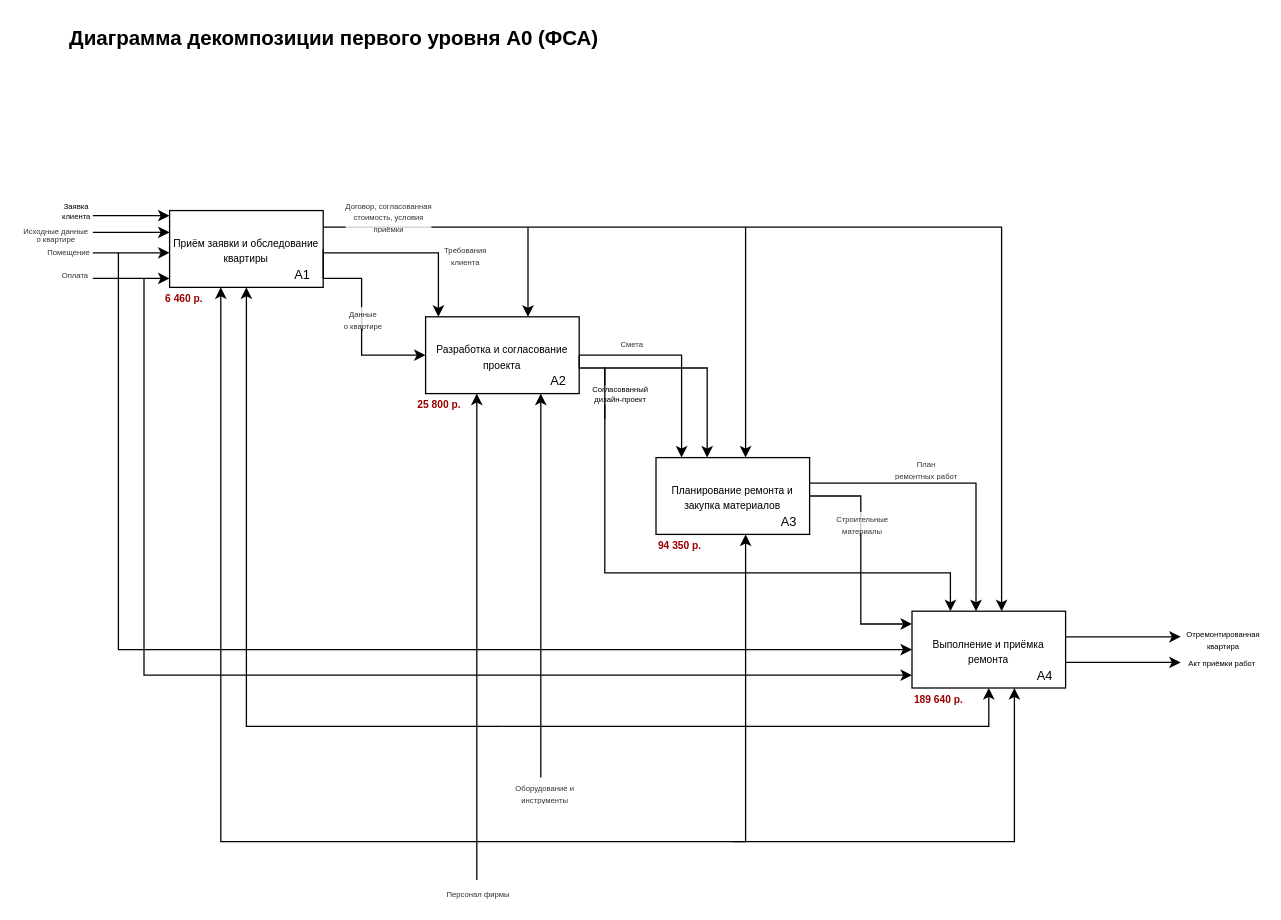
anodev996/uni-works keeps this draw.io diagram as page "A0 (ФСА)" (16 of 18) of sem-5/miabp/lab-5/fsa.drawio. Above is the earlier version. Source tidied: cells renumbered, new cells numbered last; positions are measured from the earlier drawing's top-left corner, leaving out a move shared by most shapes. Both pictures are drawn from the tidied source at 128%, with x=0, y=0 at pixel (67, 22).
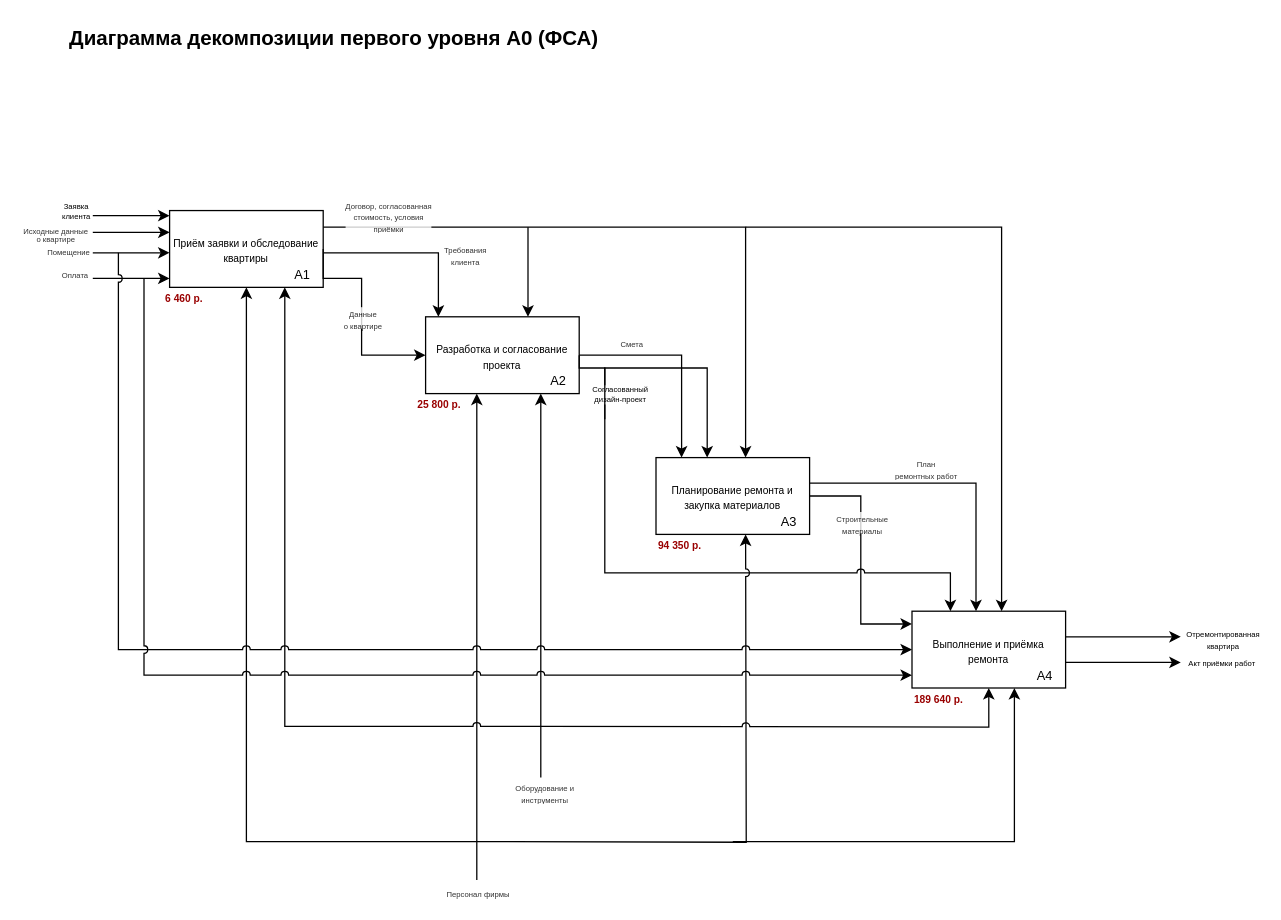
The same page after the edit.

The change refers to these unchanged cells:
```xml
<mxCell id="4" value="&lt;div style=&quot;line-height: 100%;&quot;&gt;&lt;font style=&quot;font-size: 8px; line-height: 100%;&quot;&gt;&lt;span&gt;Приём заявки и обследование квартиры&lt;/span&gt;&lt;/font&gt;&lt;/div&gt;" style="rounded=0;whiteSpace=wrap;html=1;arcSize=12;" parent="3" vertex="1">
  <mxGeometry width="120" height="60" as="geometry" />
</mxCell>
<mxCell id="8" value="&lt;div style=&quot;line-height: 100%;&quot;&gt;&lt;font style=&quot;font-size: 8px; line-height: 100%;&quot;&gt;&lt;span&gt;Разработка и согласование проекта&lt;/span&gt;&lt;/font&gt;&lt;/div&gt;" style="rounded=0;whiteSpace=wrap;html=1;arcSize=12;" parent="7" vertex="1">
  <mxGeometry width="120" height="60" as="geometry" />
</mxCell>
<mxCell id="16" value="&lt;div style=&quot;line-height: 100%;&quot;&gt;&lt;font style=&quot;font-size: 8px; line-height: 100%;&quot;&gt;&lt;span&gt;Выполнение и приёмка ремонта&lt;/span&gt;&lt;/font&gt;&lt;/div&gt;" style="rounded=0;whiteSpace=wrap;html=1;arcSize=12;" parent="15" vertex="1">
  <mxGeometry width="120" height="60" as="geometry" />
</mxCell>
```

The edit, as a diff of the source:
```diff
@@
-    <mxCell id="26" style="rounded=0;jettySize=auto;html=1;fontFamily=Helvetica;fontSize=11;fontColor=default;textOpacity=80;labelBackgroundColor=default;exitX=1;exitY=0.5;exitDx=0;exitDy=0;edgeStyle=orthogonalEdgeStyle;arcSize=12;" parent="1" edge="1" source="8" target="16">
+    <mxCell id="26" style="rounded=0;jettySize=auto;html=1;fontFamily=Helvetica;fontSize=11;fontColor=default;textOpacity=80;labelBackgroundColor=default;exitX=1;exitY=0.5;exitDx=0;exitDy=0;edgeStyle=orthogonalEdgeStyle;arcSize=12;jumpStyle=arc;" parent="1" edge="1" source="8" target="16">
       <mxGeometry x="0.03" relative="1" as="geometry">
         <Array as="points">
           <mxPoint x="400" y="270" />
           <mxPoint x="420" y="270" />
           <mxPoint x="420" y="430" />
           <mxPoint x="690" y="430" />
         </Array>
       </mxGeometry>
     </mxCell>
@@
-    <mxCell id="38" style="endArrow=classic;html=1;rounded=0;arcSize=12;" parent="1" edge="1">
+    <mxCell id="38" style="endArrow=classic;html=1;rounded=0;arcSize=12;jumpStyle=arc;" parent="1" edge="1">
       <mxGeometry x="-0.98" relative="1" as="geometry">
         <mxPoint x="370" y="590" as="sourcePoint" />
         <mxPoint x="370" y="290" as="targetPoint" />
       </mxGeometry>
     </mxCell>
@@
-    <mxCell id="43" style="endArrow=classic;html=1;rounded=0;edgeStyle=orthogonalEdgeStyle;arcSize=12;" parent="1" edge="1" target="16">
-      <mxGeometry relative="1" as="geometry">
-        <mxPoint x="340" y="550" as="sourcePoint" />
-        <Array as="points">
-          <mxPoint x="340" y="550" />
-          <mxPoint x="720" y="550" />
-        </Array>
-      </mxGeometry>
-    </mxCell>
-    <mxCell id="44" style="endArrow=classic;html=1;rounded=0;edgeStyle=orthogonalEdgeStyle;arcSize=12;" parent="1" edge="1" target="4">
-      <mxGeometry relative="1" as="geometry">
-        <mxPoint x="340" y="550" as="sourcePoint" />
-        <Array as="points">
-          <mxPoint x="340" y="550" />
-          <mxPoint x="140" y="550" />
-        </Array>
-      </mxGeometry>
-    </mxCell>
-    <mxCell id="45" style="endArrow=classic;html=1;rounded=0;arcSize=12;" parent="1" edge="1">
+    <mxCell id="45" style="endArrow=classic;html=1;rounded=0;arcSize=12;jumpStyle=arc;" parent="1" edge="1">
       <mxGeometry x="-0.56" relative="1" as="geometry">
         <mxPoint x="320" y="670" as="sourcePoint" />
         <mxPoint x="320" y="290" as="targetPoint" />
       </mxGeometry>
     </mxCell>
@@
-    <mxCell id="47" style="endArrow=classic;html=1;rounded=0;edgeStyle=orthogonalEdgeStyle;arcSize=12;" parent="1" edge="1" target="4">
+    <mxCell id="47" style="endArrow=classic;html=1;rounded=0;edgeStyle=orthogonalEdgeStyle;arcSize=12;jumpStyle=arc;" parent="1" edge="1" target="4">
       <mxGeometry relative="1" as="geometry">
-        <mxPoint x="310" y="640" as="sourcePoint" />
+        <mxPoint x="320" y="640" as="sourcePoint" />
         <Array as="points">
           <mxPoint x="310" y="640" />
           <mxPoint x="120" y="640" />
         </Array>
       </mxGeometry>
     </mxCell>
-    <mxCell id="48" style="endArrow=classic;html=1;rounded=0;edgeStyle=orthogonalEdgeStyle;arcSize=12;" parent="1" edge="1">
-      <mxGeometry relative="1" as="geometry">
-        <mxPoint x="310" y="640" as="sourcePoint" />
+    <mxCell id="48" style="endArrow=classic;html=1;rounded=0;edgeStyle=orthogonalEdgeStyle;arcSize=12;jumpStyle=arc;" parent="1" edge="1">
+      <mxGeometry x="-0.02" relative="1" as="geometry">
+        <mxPoint x="320" y="640" as="sourcePoint" />
         <mxPoint x="530" y="400" as="targetPoint" />
-        <Array as="points">
-          <mxPoint x="310" y="640" />
-          <mxPoint x="530" y="640" />
-        </Array>
       </mxGeometry>
     </mxCell>
-    <mxCell id="49" style="endArrow=classic;html=1;rounded=0;edgeStyle=orthogonalEdgeStyle;arcSize=12;" parent="1" edge="1">
+    <mxCell id="49" style="endArrow=classic;html=1;rounded=0;edgeStyle=orthogonalEdgeStyle;arcSize=12;jumpStyle=arc;" parent="1" edge="1">
       <mxGeometry relative="1" as="geometry">
         <mxPoint x="520" y="640" as="sourcePoint" />
         <mxPoint x="740" y="520" as="targetPoint" />
         <Array as="points">
           <mxPoint x="520" y="640" />
           <mxPoint x="740" y="640" />
         </Array>
       </mxGeometry>
     </mxCell>
@@
-    <mxCell id="54" style="endArrow=classic;html=1;rounded=0;edgeStyle=orthogonalEdgeStyle;arcSize=12;" parent="1" edge="1" target="16">
-      <mxGeometry relative="1" as="geometry">
-        <mxPoint x="40" y="180" as="sourcePoint" />
-        <Array as="points">
-          <mxPoint x="40" y="490" />
-        </Array>
-      </mxGeometry>
-    </mxCell>
@@
+    <mxCell id="43" style="endArrow=classic;html=1;rounded=0;edgeStyle=orthogonalEdgeStyle;arcSize=12;jumpStyle=arc;" parent="1" edge="1" target="16">
+      <mxGeometry x="-0.08" relative="1" as="geometry">
+        <mxPoint x="370" y="550" as="sourcePoint" />
+      </mxGeometry>
+    </mxCell>
+    <mxCell id="44" style="endArrow=classic;html=1;rounded=0;edgeStyle=orthogonalEdgeStyle;arcSize=12;jumpStyle=arc;" parent="1" edge="1" target="4">
+      <mxGeometry x="0.06" relative="1" as="geometry">
+        <mxPoint x="370" y="550" as="sourcePoint" />
+        <Array as="points">
+          <mxPoint x="170" y="550" />
+        </Array>
+      </mxGeometry>
+    </mxCell>
+    <mxCell id="54" style="endArrow=classic;html=1;rounded=0;edgeStyle=orthogonalEdgeStyle;arcSize=12;jumpStyle=arc;" parent="1" edge="1" target="16">
+      <mxGeometry relative="1" as="geometry">
+        <mxPoint x="40" y="180" as="sourcePoint" />
+        <Array as="points">
+          <mxPoint x="40" y="490" />
+        </Array>
+      </mxGeometry>
+    </mxCell>
-    <mxCell id="58" style="endArrow=classic;html=1;rounded=0;edgeStyle=orthogonalEdgeStyle;arcSize=12;" parent="1" edge="1" target="16">
+    <mxCell id="58" style="endArrow=classic;html=1;rounded=0;edgeStyle=orthogonalEdgeStyle;arcSize=12;jumpStyle=arc;" parent="1" edge="1" target="16">
       <mxGeometry relative="1" as="geometry">
         <mxPoint x="60" y="200" as="sourcePoint" />
         <Array as="points">
           <mxPoint x="60" y="510" />
         </Array>
       </mxGeometry>
     </mxCell>
```
